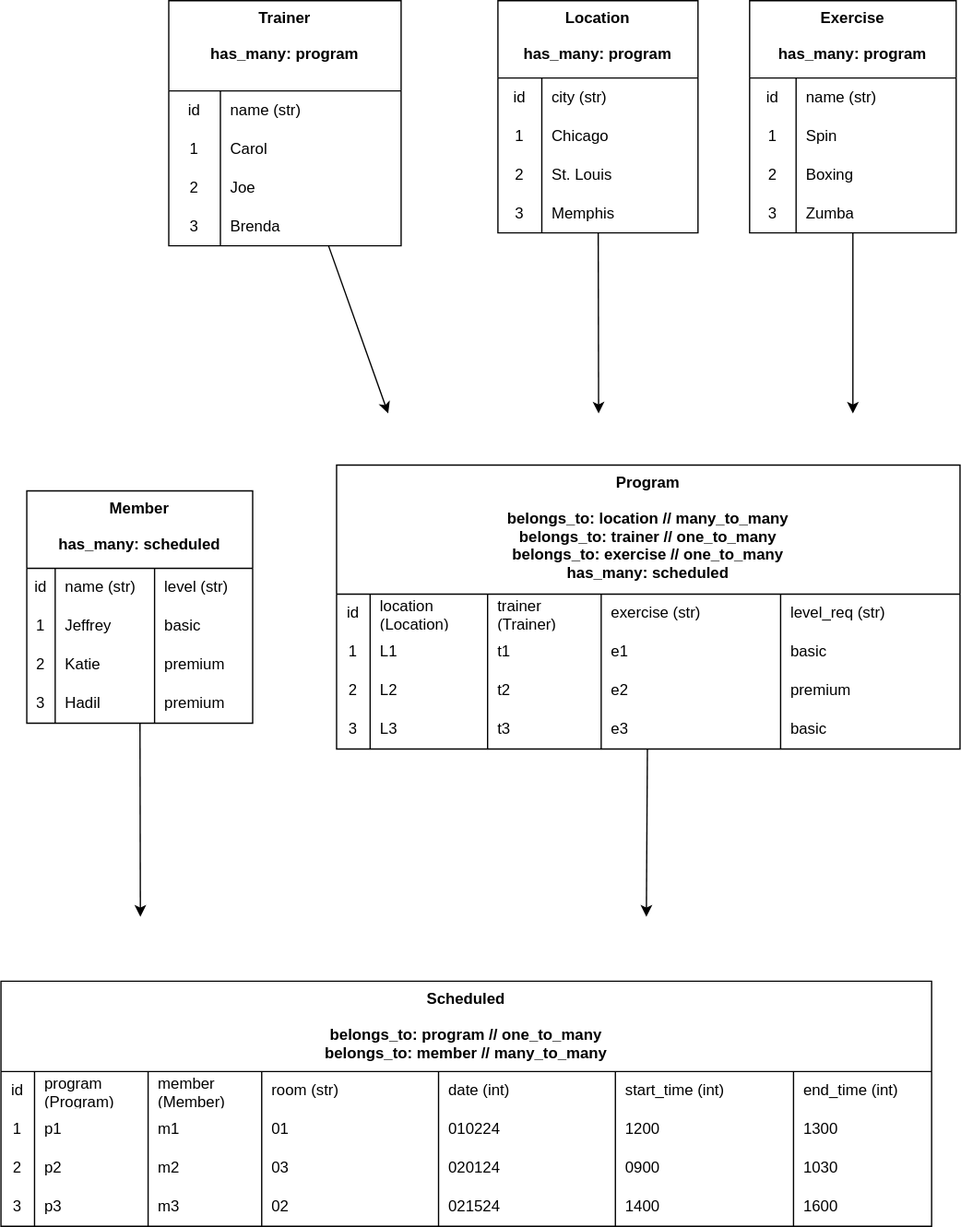
The draw.io diagram .drawio.svg in learn-co-curriculum/python-p3-v2-final-project-template, before a commit. Source tidied: cells renumbered, new cells last; positions are measured from the earlier drawing's top-left corner, leaving out a move shared by most shapes.
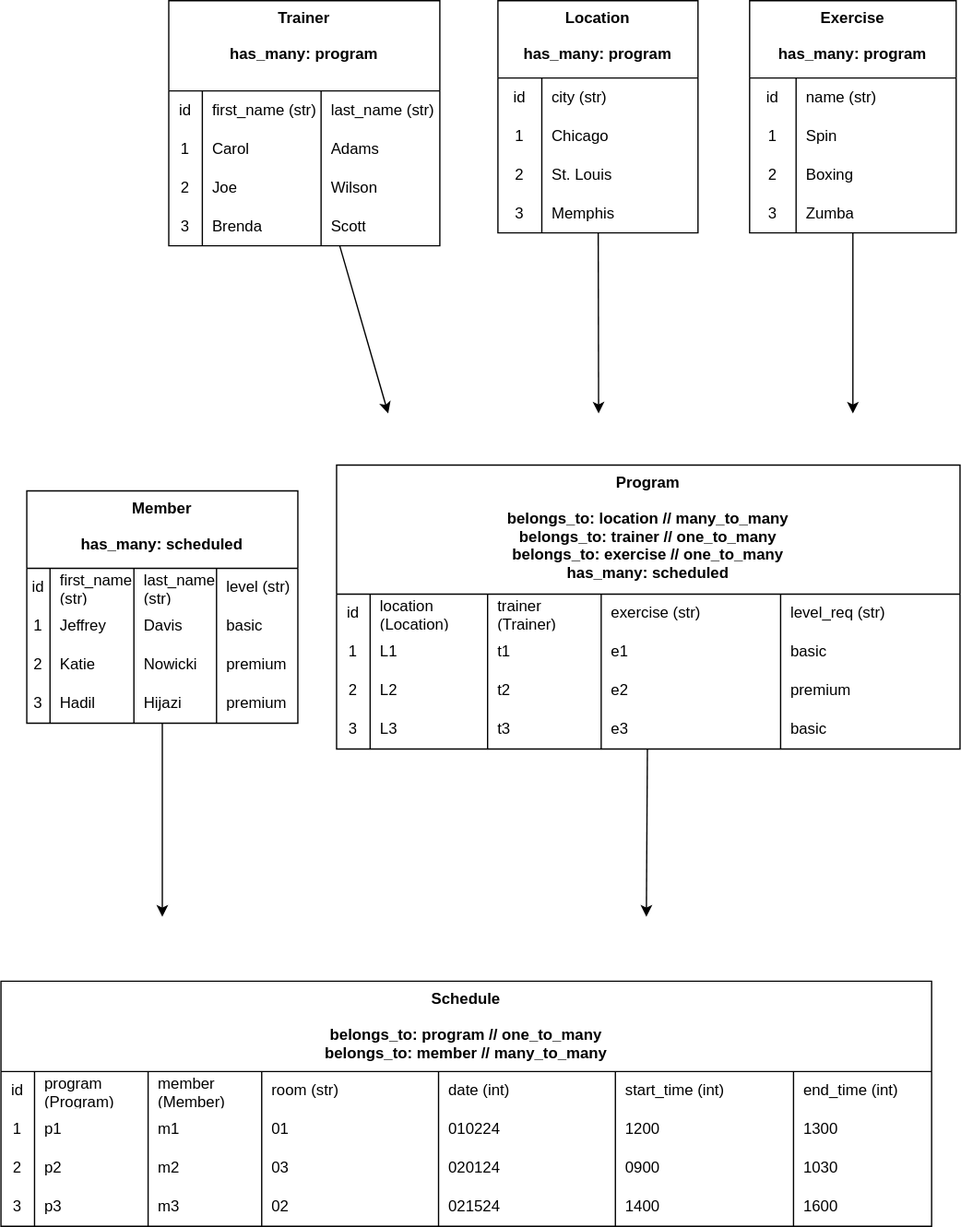
After the commit.

Diff of the diagram source:
```diff
@@ -8,44 +8,56 @@
       </mxGeometry>
     </mxCell>
     <mxCell id="3" value="Trainer&#10;&#10;has_many: program" style="shape=table;startSize=70;rowLines=0;fontStyle=1;verticalAlign=top;" parent="1" vertex="1">
-      <mxGeometry x="130" width="180" height="190" as="geometry" />
+      <mxGeometry x="130" width="210" height="190" as="geometry" />
     </mxCell>
     <mxCell id="4" style="shape=tableRow;horizontal=0;startSize=0;swimlaneHead=0;swimlaneBody=0;top=0;left=0;bottom=0;right=0;fillColor=none;" parent="3" vertex="1">
-      <mxGeometry y="70" width="180" height="30" as="geometry" />
+      <mxGeometry y="70" width="210" height="30" as="geometry" />
     </mxCell>
     <mxCell id="5" value="id" style="shape=partialRectangle;html=1;whiteSpace=wrap;fillColor=none;top=0;left=0;bottom=0;right=0;overflow=hidden;" parent="4" vertex="1">
-      <mxGeometry width="40" height="30" as="geometry" />
+      <mxGeometry width="26" height="30" as="geometry" />
     </mxCell>
-    <mxCell id="6" value="name (str)" style="shape=partialRectangle;html=1;whiteSpace=wrap;fillColor=none;top=0;left=0;bottom=0;right=0;align=left;spacingLeft=6;overflow=hidden;" parent="4" vertex="1">
-      <mxGeometry x="40" width="140" height="30" as="geometry" />
+    <mxCell id="6" value="first_name (str)" style="shape=partialRectangle;html=1;whiteSpace=wrap;fillColor=none;top=0;left=0;bottom=0;right=0;align=left;spacingLeft=6;overflow=hidden;" parent="4" vertex="1">
+      <mxGeometry x="26" width="92" height="30" as="geometry" />
     </mxCell>
+    <mxCell id="121" value="last_name (str)" style="shape=partialRectangle;html=1;whiteSpace=wrap;fillColor=none;top=0;left=0;bottom=0;right=0;align=left;spacingLeft=6;overflow=hidden;" parent="4" vertex="1">
+      <mxGeometry x="118" width="92" height="30" as="geometry" />
+    </mxCell>
     <mxCell id="7" style="shape=tableRow;horizontal=0;startSize=0;swimlaneHead=0;swimlaneBody=0;top=0;left=0;bottom=0;right=0;fillColor=none;" parent="3" vertex="1">
-      <mxGeometry y="100" width="180" height="30" as="geometry" />
+      <mxGeometry y="100" width="210" height="30" as="geometry" />
     </mxCell>
     <mxCell id="8" value="1" style="shape=partialRectangle;html=1;whiteSpace=wrap;fillColor=none;top=0;left=0;bottom=0;right=0;overflow=hidden;" parent="7" vertex="1">
-      <mxGeometry width="40" height="30" as="geometry" />
+      <mxGeometry width="26" height="30" as="geometry" />
     </mxCell>
     <mxCell id="9" value="Carol" style="shape=partialRectangle;html=1;whiteSpace=wrap;fillColor=none;top=0;left=0;bottom=0;right=0;align=left;spacingLeft=6;overflow=hidden;" parent="7" vertex="1">
-      <mxGeometry x="40" width="140" height="30" as="geometry" />
+      <mxGeometry x="26" width="92" height="30" as="geometry" />
     </mxCell>
+    <mxCell id="122" value="Adams" style="shape=partialRectangle;html=1;whiteSpace=wrap;fillColor=none;top=0;left=0;bottom=0;right=0;align=left;spacingLeft=6;overflow=hidden;" parent="7" vertex="1">
+      <mxGeometry x="118" width="92" height="30" as="geometry" />
+    </mxCell>
     <mxCell id="10" style="shape=tableRow;horizontal=0;startSize=0;swimlaneHead=0;swimlaneBody=0;top=0;left=0;bottom=0;right=0;fillColor=none;" parent="3" vertex="1">
-      <mxGeometry y="130" width="180" height="30" as="geometry" />
+      <mxGeometry y="130" width="210" height="30" as="geometry" />
     </mxCell>
     <mxCell id="11" value="2" style="shape=partialRectangle;html=1;whiteSpace=wrap;fillColor=none;top=0;left=0;bottom=0;right=0;overflow=hidden;" parent="10" vertex="1">
-      <mxGeometry width="40" height="30" as="geometry" />
+      <mxGeometry width="26" height="30" as="geometry" />
     </mxCell>
     <mxCell id="12" value="Joe" style="shape=partialRectangle;html=1;whiteSpace=wrap;fillColor=none;top=0;left=0;bottom=0;right=0;align=left;spacingLeft=6;overflow=hidden;" parent="10" vertex="1">
-      <mxGeometry x="40" width="140" height="30" as="geometry" />
+      <mxGeometry x="26" width="92" height="30" as="geometry" />
     </mxCell>
+    <mxCell id="123" value="Wilson" style="shape=partialRectangle;html=1;whiteSpace=wrap;fillColor=none;top=0;left=0;bottom=0;right=0;align=left;spacingLeft=6;overflow=hidden;" parent="10" vertex="1">
+      <mxGeometry x="118" width="92" height="30" as="geometry" />
+    </mxCell>
     <mxCell id="13" style="shape=tableRow;horizontal=0;startSize=0;swimlaneHead=0;swimlaneBody=0;top=0;left=0;bottom=0;right=0;fillColor=none;" parent="3" vertex="1">
-      <mxGeometry y="160" width="180" height="30" as="geometry" />
+      <mxGeometry y="160" width="210" height="30" as="geometry" />
     </mxCell>
     <mxCell id="14" value="3" style="shape=partialRectangle;html=1;whiteSpace=wrap;fillColor=none;top=0;left=0;bottom=0;right=0;overflow=hidden;" parent="13" vertex="1">
-      <mxGeometry width="40" height="30" as="geometry" />
+      <mxGeometry width="26" height="30" as="geometry" />
     </mxCell>
     <mxCell id="15" value="Brenda" style="shape=partialRectangle;html=1;whiteSpace=wrap;fillColor=none;top=0;left=0;bottom=0;right=0;align=left;spacingLeft=6;overflow=hidden;" parent="13" vertex="1">
-      <mxGeometry x="40" width="140" height="30" as="geometry" />
+      <mxGeometry x="26" width="92" height="30" as="geometry" />
     </mxCell>
+    <mxCell id="124" value="Scott" style="shape=partialRectangle;html=1;whiteSpace=wrap;fillColor=none;top=0;left=0;bottom=0;right=0;align=left;spacingLeft=6;overflow=hidden;" parent="13" vertex="1">
+      <mxGeometry x="118" width="92" height="30" as="geometry" />
+    </mxCell>
     <mxCell id="16" style="edgeStyle=none;html=1;" parent="1" edge="1" source="17">
       <mxGeometry relative="1" as="geometry">
         <mxPoint x="500" y="710" as="targetPoint" />
@@ -128,59 +140,71 @@
     </mxCell>
     <mxCell id="42" style="edgeStyle=none;html=1;" parent="1" edge="1" source="43">
       <mxGeometry relative="1" as="geometry">
-        <mxPoint x="108" y="710" as="targetPoint" />
+        <mxPoint x="125" y="710" as="targetPoint" />
       </mxGeometry>
     </mxCell>
     <mxCell id="43" value="Member&#10;&#10;has_many: scheduled" style="shape=table;startSize=60;rowLines=0;fontStyle=1;verticalAlign=top;" parent="1" vertex="1">
-      <mxGeometry x="20" y="380" width="175" height="180" as="geometry" />
+      <mxGeometry x="20" y="380" width="210" height="180" as="geometry" />
     </mxCell>
     <mxCell id="44" style="shape=tableRow;horizontal=0;startSize=0;swimlaneHead=0;swimlaneBody=0;top=0;left=0;bottom=0;right=0;fillColor=none;" parent="43" vertex="1">
-      <mxGeometry y="60" width="175" height="30" as="geometry" />
+      <mxGeometry y="60" width="210" height="30" as="geometry" />
     </mxCell>
     <mxCell id="45" value="id" style="shape=partialRectangle;html=1;whiteSpace=wrap;fillColor=none;top=0;left=0;bottom=0;right=0;overflow=hidden;" parent="44" vertex="1">
-      <mxGeometry width="22" height="30" as="geometry" />
+      <mxGeometry width="18" height="30" as="geometry" />
     </mxCell>
-    <mxCell id="46" value="name (str)" style="shape=partialRectangle;html=1;whiteSpace=wrap;fillColor=none;top=0;left=0;bottom=0;right=0;align=left;spacingLeft=6;overflow=hidden;" parent="44" vertex="1">
-      <mxGeometry x="22" width="77" height="30" as="geometry" />
+    <mxCell id="46" value="first_name (str)" style="shape=partialRectangle;html=1;whiteSpace=wrap;fillColor=none;top=0;left=0;bottom=0;right=0;align=left;spacingLeft=6;overflow=hidden;" parent="44" vertex="1">
+      <mxGeometry x="18" width="65" height="30" as="geometry" />
     </mxCell>
+    <mxCell id="125" value="last_name (str)" style="shape=partialRectangle;html=1;whiteSpace=wrap;fillColor=none;top=0;left=0;bottom=0;right=0;align=left;spacingLeft=6;overflow=hidden;" parent="44" vertex="1">
+      <mxGeometry x="83" width="64" height="30" as="geometry" />
+    </mxCell>
     <mxCell id="47" value="level (str)" style="shape=partialRectangle;html=1;whiteSpace=wrap;fillColor=none;top=0;left=0;bottom=0;right=0;align=left;spacingLeft=6;overflow=hidden;" parent="44" vertex="1">
-      <mxGeometry x="99" width="76" height="30" as="geometry" />
+      <mxGeometry x="147" width="63" height="30" as="geometry" />
     </mxCell>
     <mxCell id="48" style="shape=tableRow;horizontal=0;startSize=0;swimlaneHead=0;swimlaneBody=0;top=0;left=0;bottom=0;right=0;fillColor=none;" parent="43" vertex="1">
-      <mxGeometry y="90" width="175" height="30" as="geometry" />
+      <mxGeometry y="90" width="210" height="30" as="geometry" />
     </mxCell>
     <mxCell id="49" value="1" style="shape=partialRectangle;html=1;whiteSpace=wrap;fillColor=none;top=0;left=0;bottom=0;right=0;overflow=hidden;" parent="48" vertex="1">
-      <mxGeometry width="22" height="30" as="geometry" />
+      <mxGeometry width="18" height="30" as="geometry" />
     </mxCell>
     <mxCell id="50" value="Jeffrey" style="shape=partialRectangle;html=1;whiteSpace=wrap;fillColor=none;top=0;left=0;bottom=0;right=0;align=left;spacingLeft=6;overflow=hidden;" parent="48" vertex="1">
-      <mxGeometry x="22" width="77" height="30" as="geometry" />
+      <mxGeometry x="18" width="65" height="30" as="geometry" />
     </mxCell>
+    <mxCell id="126" value="Davis" style="shape=partialRectangle;html=1;whiteSpace=wrap;fillColor=none;top=0;left=0;bottom=0;right=0;align=left;spacingLeft=6;overflow=hidden;" parent="48" vertex="1">
+      <mxGeometry x="83" width="64" height="30" as="geometry" />
+    </mxCell>
     <mxCell id="51" value="basic" style="shape=partialRectangle;html=1;whiteSpace=wrap;fillColor=none;top=0;left=0;bottom=0;right=0;align=left;spacingLeft=6;overflow=hidden;" parent="48" vertex="1">
-      <mxGeometry x="99" width="76" height="30" as="geometry" />
+      <mxGeometry x="147" width="63" height="30" as="geometry" />
     </mxCell>
     <mxCell id="52" style="shape=tableRow;horizontal=0;startSize=0;swimlaneHead=0;swimlaneBody=0;top=0;left=0;bottom=0;right=0;fillColor=none;" parent="43" vertex="1">
-      <mxGeometry y="120" width="175" height="30" as="geometry" />
+      <mxGeometry y="120" width="210" height="30" as="geometry" />
     </mxCell>
     <mxCell id="53" value="2" style="shape=partialRectangle;html=1;whiteSpace=wrap;fillColor=none;top=0;left=0;bottom=0;right=0;overflow=hidden;" parent="52" vertex="1">
-      <mxGeometry width="22" height="30" as="geometry" />
+      <mxGeometry width="18" height="30" as="geometry" />
     </mxCell>
     <mxCell id="54" value="Katie" style="shape=partialRectangle;html=1;whiteSpace=wrap;fillColor=none;top=0;left=0;bottom=0;right=0;align=left;spacingLeft=6;overflow=hidden;" parent="52" vertex="1">
-      <mxGeometry x="22" width="77" height="30" as="geometry" />
+      <mxGeometry x="18" width="65" height="30" as="geometry" />
     </mxCell>
+    <mxCell id="127" value="Nowicki" style="shape=partialRectangle;html=1;whiteSpace=wrap;fillColor=none;top=0;left=0;bottom=0;right=0;align=left;spacingLeft=6;overflow=hidden;" parent="52" vertex="1">
+      <mxGeometry x="83" width="64" height="30" as="geometry" />
+    </mxCell>
     <mxCell id="55" value="premium" style="shape=partialRectangle;html=1;whiteSpace=wrap;fillColor=none;top=0;left=0;bottom=0;right=0;align=left;spacingLeft=6;overflow=hidden;" parent="52" vertex="1">
-      <mxGeometry x="99" width="76" height="30" as="geometry" />
+      <mxGeometry x="147" width="63" height="30" as="geometry" />
     </mxCell>
     <mxCell id="56" style="shape=tableRow;horizontal=0;startSize=0;swimlaneHead=0;swimlaneBody=0;top=0;left=0;bottom=0;right=0;fillColor=none;" parent="43" vertex="1">
-      <mxGeometry y="150" width="175" height="30" as="geometry" />
+      <mxGeometry y="150" width="210" height="30" as="geometry" />
     </mxCell>
     <mxCell id="57" value="3" style="shape=partialRectangle;html=1;whiteSpace=wrap;fillColor=none;top=0;left=0;bottom=0;right=0;overflow=hidden;" parent="56" vertex="1">
-      <mxGeometry width="22" height="30" as="geometry" />
+      <mxGeometry width="18" height="30" as="geometry" />
     </mxCell>
     <mxCell id="58" value="Hadil" style="shape=partialRectangle;html=1;whiteSpace=wrap;fillColor=none;top=0;left=0;bottom=0;right=0;align=left;spacingLeft=6;overflow=hidden;" parent="56" vertex="1">
-      <mxGeometry x="22" width="77" height="30" as="geometry" />
+      <mxGeometry x="18" width="65" height="30" as="geometry" />
     </mxCell>
+    <mxCell id="128" value="Hijazi" style="shape=partialRectangle;html=1;whiteSpace=wrap;fillColor=none;top=0;left=0;bottom=0;right=0;align=left;spacingLeft=6;overflow=hidden;" parent="56" vertex="1">
+      <mxGeometry x="83" width="64" height="30" as="geometry" />
+    </mxCell>
     <mxCell id="59" value="premium" style="shape=partialRectangle;html=1;whiteSpace=wrap;fillColor=none;top=0;left=0;bottom=0;right=0;align=left;spacingLeft=6;overflow=hidden;" parent="56" vertex="1">
-      <mxGeometry x="99" width="76" height="30" as="geometry" />
+      <mxGeometry x="147" width="63" height="30" as="geometry" />
     </mxCell>
     <mxCell id="60" style="edgeStyle=none;html=1;" parent="1" edge="1" source="61">
       <mxGeometry relative="1" as="geometry">
@@ -270,7 +294,7 @@
     <mxCell id="87" value="Zumba" style="shape=partialRectangle;html=1;whiteSpace=wrap;fillColor=none;top=0;left=0;bottom=0;right=0;align=left;spacingLeft=6;overflow=hidden;" parent="85" vertex="1">
       <mxGeometry x="36" width="124" height="30" as="geometry" />
     </mxCell>
-    <mxCell id="88" value="Scheduled&#10;&#10;belongs_to: program // one_to_many&#10;belongs_to: member // many_to_many" style="shape=table;startSize=70;rowLines=0;fontStyle=1;verticalAlign=top;" parent="1" vertex="1">
+    <mxCell id="88" value="Schedule&#10;&#10;belongs_to: program // one_to_many&#10;belongs_to: member // many_to_many" style="shape=table;startSize=70;rowLines=0;fontStyle=1;verticalAlign=top;" parent="1" vertex="1">
       <mxGeometry y="760" width="721" height="190" as="geometry" />
     </mxCell>
     <mxCell id="89" style="shape=tableRow;horizontal=0;startSize=0;swimlaneHead=0;swimlaneBody=0;top=0;left=0;bottom=0;right=0;fillColor=none;" parent="88" vertex="1">
```
